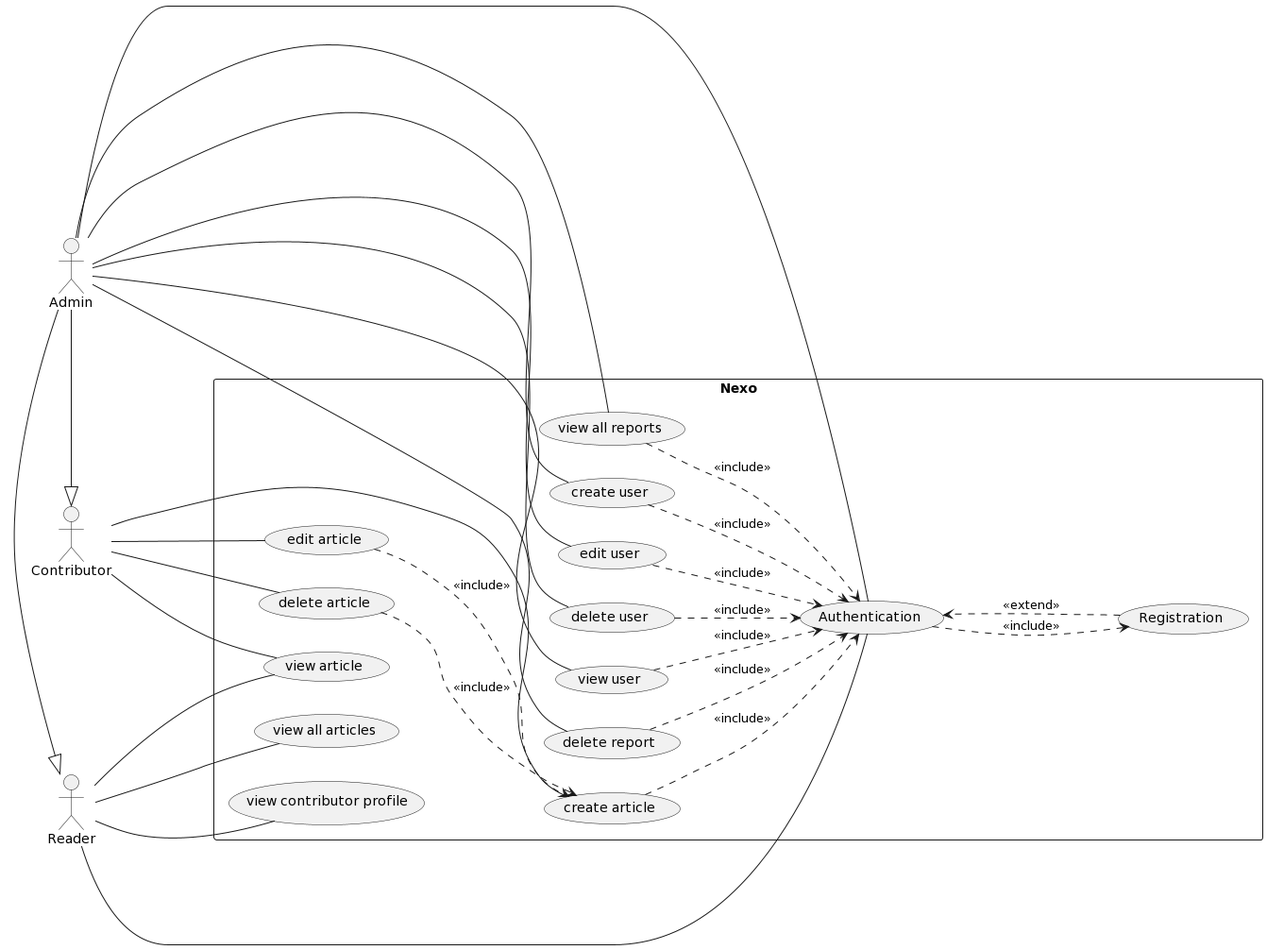
Above: conception/use-case.png in hirotachi/nexo (PlantUML), before the change.
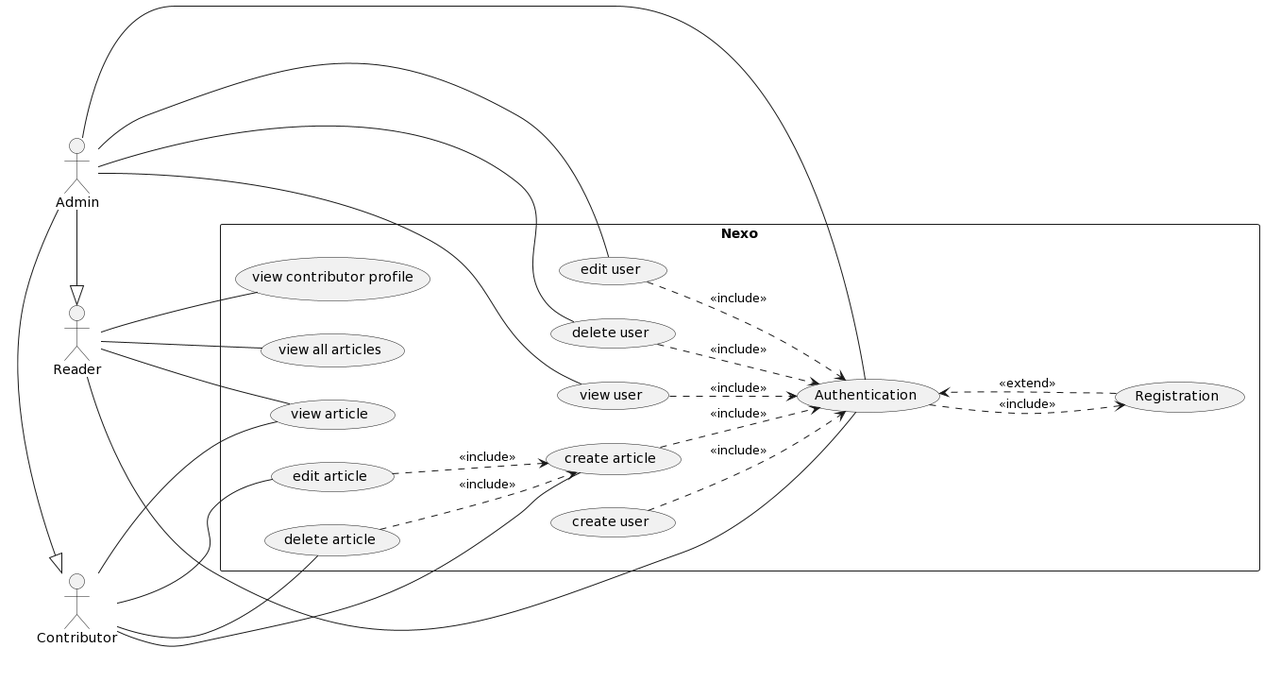
The same diagram one commit later.

Diff of the diagram source:
```diff
@@ -46,18 +46,9 @@
     admin -|> reader
 
     admin --- view_user
-    admin --- create_user
     admin --- edit_user
     admin --- delete_user
 
-    (delete report) as delete_report
-    (view all reports) as view_all_reports
-
-    admin --- delete_report
-    admin --- view_all_reports
-
-    view_all_reports ..> authentication :<<include>>
-    delete_report ..> authentication :<<include>>
 
     create_user ..> authentication :<<include>>
     edit_user ..> authentication :<<include>>
```
